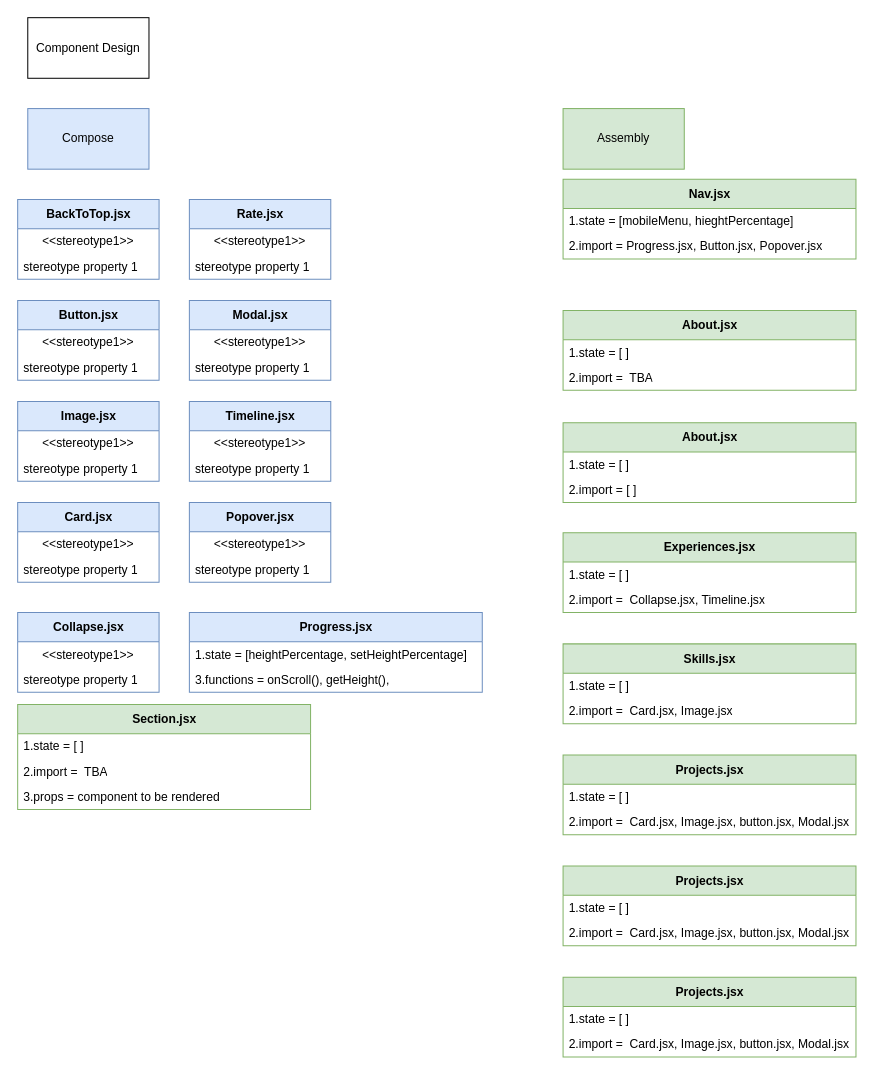
Above: public/component-diagram.drawio in DevArtifacTs/portfolio (draw.io), before the change. Source tidied: cells renumbered, new cells numbered last; positions are measured from the earlier drawing's top-left corner, leaving out a move shared by most shapes. Both pictures are drawn from the tidied source at 101%, with x=0, y=0 at pixel (17, 17).
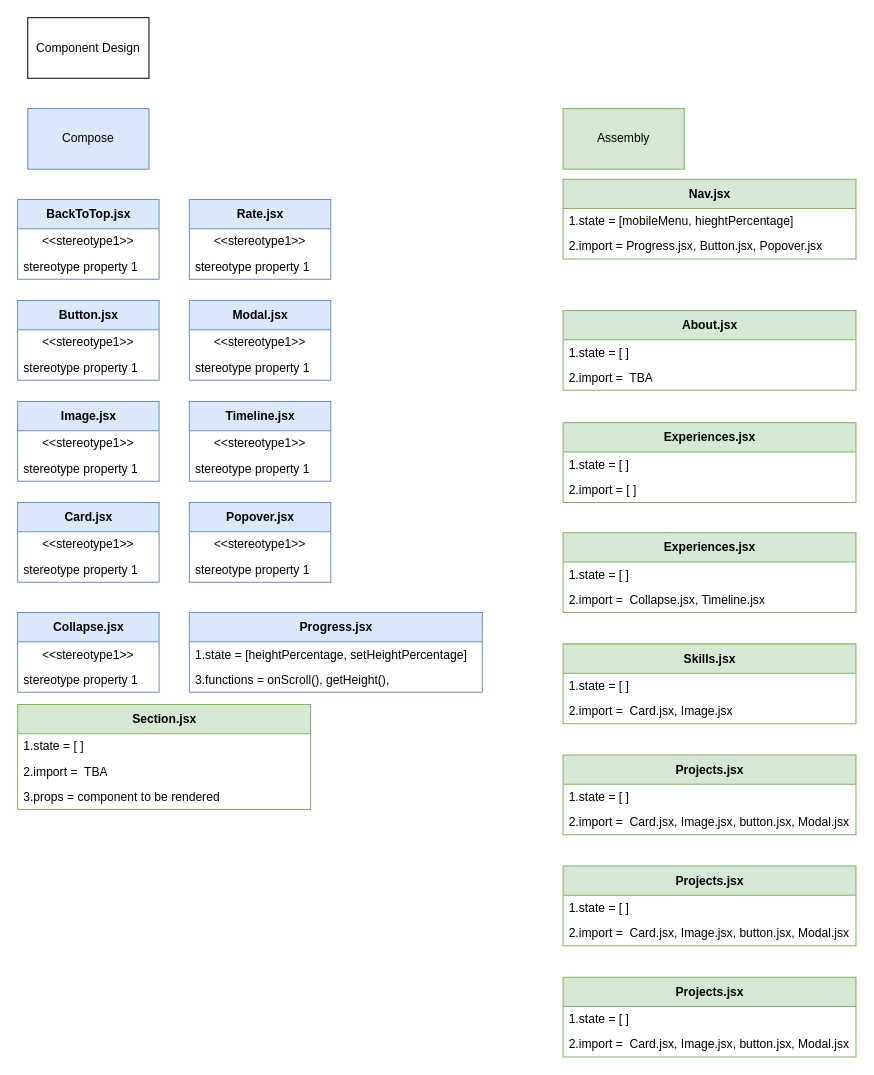
The same diagram, later.

Diff of the diagram source:
```diff
@@
-    <mxCell id="45" value="About.jsx" style="swimlane;fontStyle=1;align=center;verticalAlign=middle;horizontal=1;startSize=29;html=1;fillColor=#d5e8d4;strokeColor=#82b366;" parent="1" vertex="1">
+    <mxCell id="45" value="Experiences.jsx" style="swimlane;fontStyle=1;align=center;verticalAlign=middle;horizontal=1;startSize=29;html=1;fillColor=#d5e8d4;strokeColor=#82b366;" parent="1" vertex="1">
       <mxGeometry x="540" y="401" width="290" height="79" as="geometry" />
     </mxCell>
```
